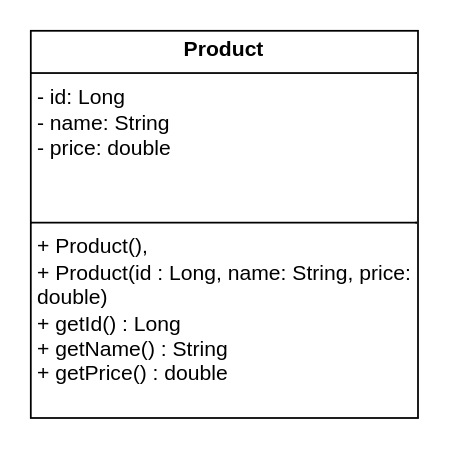
Earlier version of the draw.io diagram docs/uml/product_class_uml.drawio (Dantegro/products-api). Source tidied: cells renumbered, new cells numbered last; positions are measured from the earlier drawing's top-left corner, leaving out a move shared by most shapes. Both pictures are drawn from the tidied source at 176%, with x=0, y=0 at pixel (30, 30).
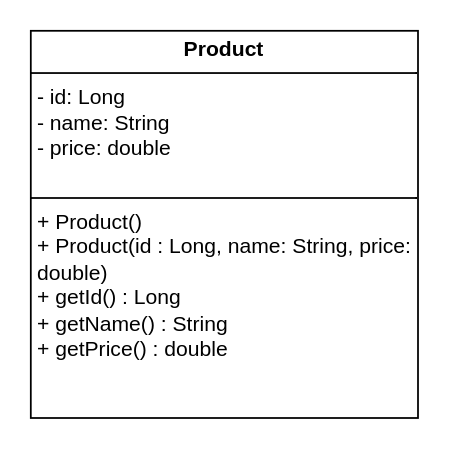
Above is the later version.

Commit message (it also covers changes not shown here):
Post Tutorial 2: fix Product UML diagram formatting and file name type for Product UML image

What changed in the source:
```diff
@@
 <mxGraphModel>
   <root>
     <mxCell id="0" />
     <mxCell id="1" parent="0" />
-    <mxCell id="2" value="&lt;p style=&quot;margin:0px;margin-top:4px;text-align:center;&quot;&gt;&lt;b&gt;Product&lt;/b&gt;&lt;/p&gt;&lt;hr size=&quot;1&quot; style=&quot;border-style:solid;&quot;&gt;&lt;p style=&quot;margin:0px;margin-left:4px;&quot;&gt;- id: Long&lt;/p&gt;&lt;p style=&quot;margin: 0px 0px 0px 4px;&quot;&gt;- name: String&lt;/p&gt;&lt;p style=&quot;margin: 0px 0px 0px 4px;&quot;&gt;- price: double&lt;/p&gt;&lt;p style=&quot;margin: 0px 0px 0px 4px;&quot;&gt;&lt;br&gt;&lt;/p&gt;&lt;p style=&quot;margin:0px;margin-left:4px;&quot;&gt;&lt;br&gt;&lt;/p&gt;&lt;hr size=&quot;1&quot; style=&quot;border-style:solid;&quot;&gt;&lt;p style=&quot;margin:0px;margin-left:4px;&quot;&gt;+ Product(),&lt;/p&gt;&lt;p style=&quot;margin:0px;margin-left:4px;&quot;&gt;+ Product(id : Long, name: String, price: double)&lt;/p&gt;&lt;p style=&quot;margin:0px;margin-left:4px;&quot;&gt;+ getId() : Long&lt;/p&gt;&lt;p style=&quot;margin:0px;margin-left:4px;&quot;&gt;+ getName() : String&lt;/p&gt;&lt;p style=&quot;margin:0px;margin-left:4px;&quot;&gt;+ getPrice() : double&lt;/p&gt;" style="verticalAlign=top;align=left;overflow=fill;html=1;whiteSpace=wrap;" parent="1" vertex="1">
+    <mxCell id="2" value="&lt;p style=&quot;margin:0px;margin-top:4px;text-align:center;&quot;&gt;&lt;b&gt;Product&lt;/b&gt;&lt;/p&gt;&lt;hr size=&quot;1&quot; style=&quot;border-style:solid;&quot;&gt;&lt;p style=&quot;margin:0px;margin-left:4px;&quot;&gt;- id: Long&lt;/p&gt;&lt;p style=&quot;margin: 0px 0px 0px 4px;&quot;&gt;- name: String&lt;/p&gt;&lt;p style=&quot;margin: 0px 0px 0px 4px;&quot;&gt;- price: double&lt;/p&gt;&lt;p style=&quot;margin: 0px 0px 0px 4px;&quot;&gt;&lt;br&gt;&lt;/p&gt;&lt;hr size=&quot;1&quot; style=&quot;border-style:solid;&quot;&gt;&lt;p style=&quot;margin:0px;margin-left:4px;&quot;&gt;+ Product()&lt;/p&gt;&lt;p style=&quot;margin:0px;margin-left:4px;&quot;&gt;+ Product(id : Long, name: String, price: double)&lt;/p&gt;&lt;p style=&quot;margin:0px;margin-left:4px;&quot;&gt;+ getId() : Long&lt;/p&gt;&lt;p style=&quot;margin:0px;margin-left:4px;&quot;&gt;+ getName() : String&lt;/p&gt;&lt;p style=&quot;margin:0px;margin-left:4px;&quot;&gt;+ getPrice() : double&lt;/p&gt;" style="verticalAlign=top;align=left;overflow=fill;html=1;whiteSpace=wrap;" parent="1" vertex="1">
       <mxGeometry width="220" height="220" as="geometry" />
     </mxCell>
   </root>
 </mxGraphModel>
```
